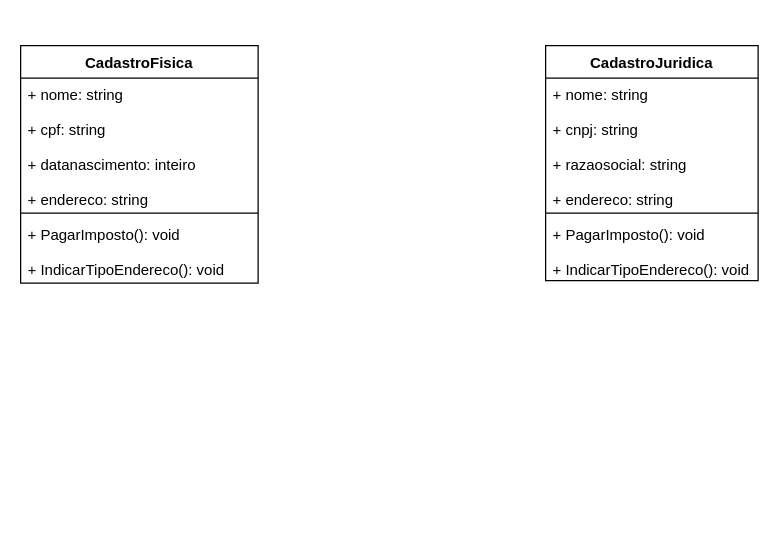
This is ClientLabDiagrama.drawio from VictorVilhena0/ClientLabDiagrama, a draw.io file, before an edit. Source tidied: cells renumbered, new cells numbered last; positions are measured from the earlier drawing's top-left corner, leaving out a move shared by most shapes. Both pictures are drawn from the tidied source at 125%, with x=0, y=0 at pixel (20, 45).
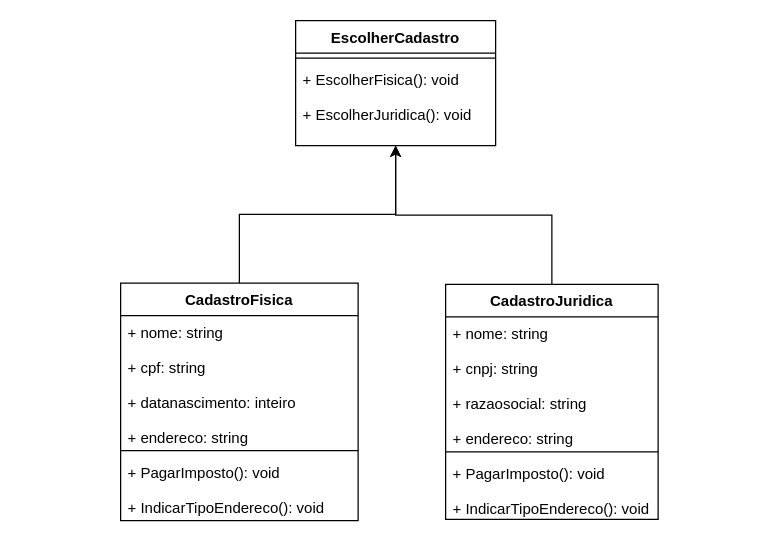
The same diagram, later.

Change to the diagram source:
```diff
@@
 <mxGraphModel>
   <root>
     <mxCell id="0" />
     <mxCell id="1" parent="0" />
+    <mxCell id="10" style="edgeStyle=orthogonalEdgeStyle;rounded=0;jettySize=auto;html=1;exitX=0.5;exitY=0;exitDx=0;exitDy=0;entryX=0.5;entryY=1;entryDx=0;entryDy=0;entryPerimeter=0;" parent="1" edge="1" source="2" target="14">
+      <mxGeometry relative="1" as="geometry" />
+    </mxCell>
     <mxCell id="2" value="CadastroFisica" style="swimlane;fontStyle=1;align=center;verticalAlign=top;horizontal=1;startSize=26;" parent="1" vertex="1">
-      <mxGeometry width="190" height="190" as="geometry" />
+      <mxGeometry x="80" y="190" width="190" height="190" as="geometry" />
     </mxCell>
     <mxCell id="3" value="+ nome: string&#10;&#10;+ cpf: string&#10;&#10;+ datanascimento: inteiro&#10;&#10;+ endereco: string" style="text;strokeColor=none;fillColor=none;align=left;verticalAlign=top;spacingLeft=4;spacingRight=4;overflow=hidden;" parent="2" vertex="1">
       <mxGeometry y="26" width="190" height="104" as="geometry" />
     </mxCell>
     <mxCell id="4" style="line;strokeWidth=1;fillColor=none;align=left;verticalAlign=middle;spacingTop=-1;spacingLeft=3;spacingRight=3;labelPosition=right;" parent="2" vertex="1">
       <mxGeometry y="130" width="190" height="8" as="geometry" />
     </mxCell>
     <mxCell id="5" value="+ PagarImposto(): void&#10;&#10;+ IndicarTipoEndereco(): void" style="text;strokeColor=none;fillColor=none;align=left;verticalAlign=top;spacingLeft=4;spacingRight=4;overflow=hidden;" parent="2" vertex="1">
       <mxGeometry y="138" width="190" height="52" as="geometry" />
     </mxCell>
+    <mxCell id="11" style="edgeStyle=orthogonalEdgeStyle;rounded=0;jettySize=auto;html=1;exitX=0.5;exitY=0;exitDx=0;exitDy=0;entryX=0.5;entryY=1;entryDx=0;entryDy=0;entryPerimeter=0;" parent="1" edge="1" source="6" target="14">
+      <mxGeometry relative="1" as="geometry" />
+    </mxCell>
     <mxCell id="6" value="CadastroJuridica" style="swimlane;fontStyle=1;align=center;verticalAlign=top;horizontal=1;startSize=26;" parent="1" vertex="1">
-      <mxGeometry x="420" width="170" height="188" as="geometry" />
+      <mxGeometry x="340" y="191" width="170" height="188" as="geometry" />
     </mxCell>
     <mxCell id="7" value="+ nome: string&#10;&#10;+ cnpj: string&#10;&#10;+ razaosocial: string&#10;&#10;+ endereco: string" style="text;strokeColor=none;fillColor=none;align=left;verticalAlign=top;spacingLeft=4;spacingRight=4;overflow=hidden;" parent="6" vertex="1">
       <mxGeometry y="26" width="170" height="104" as="geometry" />
     </mxCell>
     <mxCell id="8" style="line;strokeWidth=1;fillColor=none;align=left;verticalAlign=middle;spacingTop=-1;spacingLeft=3;spacingRight=3;labelPosition=right;" parent="6" vertex="1">
       <mxGeometry y="130" width="170" height="8" as="geometry" />
     </mxCell>
     <mxCell id="9" value="+ PagarImposto(): void&#10;&#10;+ IndicarTipoEndereco(): void" style="text;strokeColor=none;fillColor=none;align=left;verticalAlign=top;spacingLeft=4;spacingRight=4;overflow=hidden;" parent="6" vertex="1">
       <mxGeometry y="138" width="170" height="50" as="geometry" />
     </mxCell>
+    <mxCell id="12" value="EscolherCadastro" style="swimlane;fontStyle=1;align=center;verticalAlign=top;horizontal=1;startSize=26;" parent="1" vertex="1">
+      <mxGeometry x="220" y="-20" width="160" height="100" as="geometry" />
+    </mxCell>
+    <mxCell id="13" style="line;strokeWidth=1;fillColor=none;align=left;verticalAlign=middle;spacingTop=-1;spacingLeft=3;spacingRight=3;labelPosition=right;" parent="12" vertex="1">
+      <mxGeometry y="26" width="160" height="8" as="geometry" />
+    </mxCell>
+    <mxCell id="14" value="+ EscolherFisica(): void&#10;&#10;+ EscolherJuridica(): void" style="text;strokeColor=none;fillColor=none;align=left;verticalAlign=top;spacingLeft=4;spacingRight=4;overflow=hidden;points=[[0,0.5],[1,0.5]];portConstraint=eastwest;" parent="12" vertex="1">
+      <mxGeometry y="34" width="160" height="66" as="geometry" />
+    </mxCell>
   </root>
 </mxGraphModel>
```
